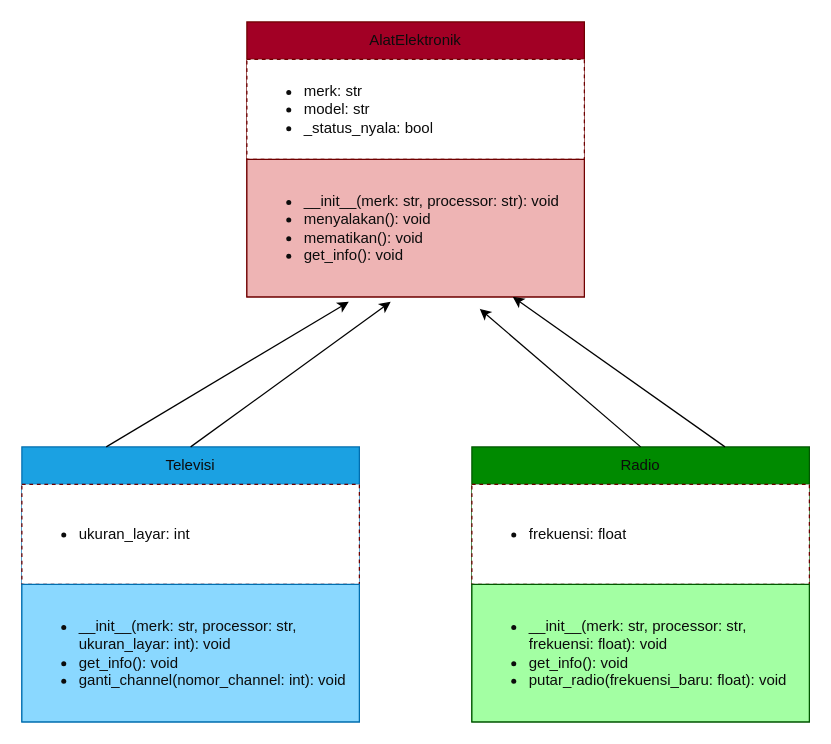
Before: Jobsheet_UTS.drawio in ImNotDanish05/2025_PBO_TI-1A, a draw.io diagram. Source tidied: cells renumbered, new cells numbered last; positions are measured from the earlier drawing's top-left corner, leaving out a move shared by most shapes. Both pictures are drawn from the tidied source at 125%, with x=0, y=0 at pixel (21, 21).
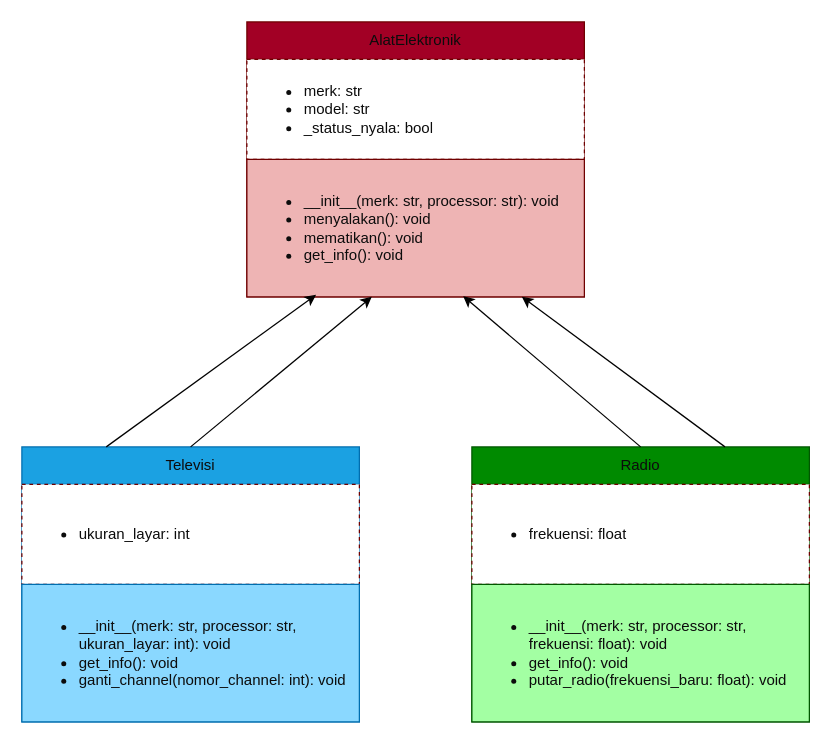
After the change.

The edit, as a diff of the source:
```diff
@@
 <mxGraphModel>
   <root>
     <mxCell id="0" />
     <mxCell id="1" parent="0" />
     <mxCell id="2" value="AlatElektronik" style="swimlane;fontStyle=0;horizontal=1;startSize=30;whiteSpace=wrap;html=1;fillColor=#a20025;fontColor=light-dark(#0C0C0C,#0C0C0C);strokeColor=#6F0000;" parent="1" vertex="1">
       <mxGeometry x="180" width="270" height="220" as="geometry" />
     </mxCell>
     <mxCell id="3" value="&lt;ul&gt;&lt;li&gt;&lt;font style=&quot;&quot;&gt;merk: str&lt;/font&gt;&lt;/li&gt;&lt;li&gt;model: str&lt;/li&gt;&lt;li&gt;_status_nyala: bool&lt;/li&gt;&lt;/ul&gt;" style="text;strokeColor=#6F0000;fillColor=light-dark(#FFFFFF,#FFFFFF);align=left;verticalAlign=middle;spacingLeft=4;spacingRight=4;overflow=hidden;whiteSpace=wrap;html=1;fontColor=light-dark(#0C0C0C,#0C0C0C);fillStyle=auto;dashed=1;gradientColor=none;" parent="2" vertex="1">
       <mxGeometry y="30" width="270" height="80" as="geometry" />
     </mxCell>
     <mxCell id="4" value="&lt;ul&gt;&lt;li&gt;__init__(merk: str, processor: str): void&lt;/li&gt;&lt;li&gt;menyalakan(): void&lt;/li&gt;&lt;li&gt;mematikan(): void&lt;/li&gt;&lt;li&gt;get_info(): void&lt;/li&gt;&lt;/ul&gt;" style="text;strokeColor=#6F0000;fillColor=light-dark(#EEB4B4,#EEB4B4);align=left;verticalAlign=middle;spacingLeft=4;spacingRight=4;overflow=hidden;points=[[0,0.5],[1,0.5]];portConstraint=eastwest;whiteSpace=wrap;html=1;fontColor=light-dark(#0C0C0C,#0C0C0C);" parent="2" vertex="1">
       <mxGeometry y="110" width="270" height="110" as="geometry" />
     </mxCell>
     <mxCell id="5" value="Televisi" style="swimlane;fontStyle=0;horizontal=1;startSize=30;whiteSpace=wrap;html=1;fillColor=#1ba1e2;fontColor=light-dark(#0C0C0C,#0C0C0C);strokeColor=#006EAF;" parent="1" vertex="1">
       <mxGeometry y="340" width="270" height="220" as="geometry" />
     </mxCell>
     <mxCell id="6" value="&lt;ul&gt;&lt;li&gt;ukuran_layar: int&lt;/li&gt;&lt;/ul&gt;" style="text;strokeColor=#6F0000;fillColor=light-dark(#FFFFFF,#FFFFFF);align=left;verticalAlign=middle;spacingLeft=4;spacingRight=4;overflow=hidden;whiteSpace=wrap;html=1;fontColor=light-dark(#0C0C0C,#0C0C0C);fillStyle=auto;dashed=1;gradientColor=none;" parent="5" vertex="1">
       <mxGeometry y="30" width="270" height="80" as="geometry" />
     </mxCell>
     <mxCell id="7" value="&lt;ul&gt;&lt;li&gt;__init__(merk: str, processor: str, ukuran_layar: int): void&lt;/li&gt;&lt;li&gt;get_info(): void&lt;/li&gt;&lt;li&gt;ganti_channel(nomor_channel: int): void&lt;br&gt;&lt;/li&gt;&lt;/ul&gt;" style="text;strokeColor=#006EAF;fillColor=light-dark(#8AD8FF,#8AD8FF);align=left;verticalAlign=middle;spacingLeft=4;spacingRight=4;overflow=hidden;whiteSpace=wrap;html=1;fontColor=light-dark(#0C0C0C,#0C0C0C);" parent="5" vertex="1">
       <mxGeometry y="110" width="270" height="110" as="geometry" />
     </mxCell>
     <mxCell id="8" value="Radio" style="swimlane;fontStyle=0;horizontal=1;startSize=30;whiteSpace=wrap;html=1;fillColor=#008a00;fontColor=light-dark(#0C0C0C,#0C0C0C);strokeColor=#005700;" parent="1" vertex="1">
       <mxGeometry x="360" y="340" width="270" height="220" as="geometry" />
     </mxCell>
     <mxCell id="9" value="&lt;ul&gt;&lt;li&gt;frekuensi: float&lt;/li&gt;&lt;/ul&gt;" style="text;strokeColor=#6F0000;fillColor=light-dark(#FFFFFF,#FFFFFF);align=left;verticalAlign=middle;spacingLeft=4;spacingRight=4;overflow=hidden;whiteSpace=wrap;html=1;fontColor=light-dark(#0C0C0C,#0C0C0C);fillStyle=auto;dashed=1;gradientColor=none;" parent="8" vertex="1">
       <mxGeometry y="30" width="270" height="80" as="geometry" />
     </mxCell>
     <mxCell id="10" value="&lt;ul&gt;&lt;li&gt;__init__(merk: str, processor: str, frekuensi: float): void&lt;/li&gt;&lt;li&gt;get_info(): void&lt;br&gt;&lt;/li&gt;&lt;li&gt;putar_radio(frekuensi_baru: float): void&lt;br&gt;&lt;/li&gt;&lt;/ul&gt;" style="text;strokeColor=#005700;fillColor=light-dark(#A3FFA3,#A3FFA3);align=left;verticalAlign=middle;spacingLeft=4;spacingRight=4;overflow=hidden;whiteSpace=wrap;html=1;fontColor=light-dark(#0C0C0C,#0C0C0C);" parent="8" vertex="1">
       <mxGeometry y="110" width="270" height="110" as="geometry" />
     </mxCell>
-    <mxCell id="11" style="endArrow=classic;html=1;rounded=0;exitX=0.25;exitY=0;exitDx=0;exitDy=0;entryX=0.302;entryY=1.036;entryDx=0;entryDy=0;entryPerimeter=0;fontColor=light-dark(#0C0C0C,#0C0C0C);" parent="1" edge="1" source="5" target="4">
+    <mxCell id="11" style="endArrow=classic;html=1;rounded=0;exitX=0.25;exitY=0;exitDx=0;exitDy=0;entryX=0.205;entryY=0.985;entryDx=0;entryDy=0;entryPerimeter=0;fontColor=light-dark(#0C0C0C,#0C0C0C);" parent="1" edge="1" source="5" target="4">
       <mxGeometry relative="1" as="geometry" />
     </mxCell>
-    <mxCell id="12" style="endArrow=classic;html=1;rounded=0;exitX=0.5;exitY=0;exitDx=0;exitDy=0;entryX=0.426;entryY=1.036;entryDx=0;entryDy=0;entryPerimeter=0;fontColor=light-dark(#0C0C0C,#0C0C0C);" parent="1" edge="1" source="5" target="4">
+    <mxCell id="12" style="endArrow=classic;html=1;rounded=0;exitX=0.5;exitY=0;exitDx=0;exitDy=0;entryX=0.37;entryY=1;entryDx=0;entryDy=0;entryPerimeter=0;fontColor=light-dark(#0C0C0C,#0C0C0C);" parent="1" edge="1" source="5" target="4">
       <mxGeometry relative="1" as="geometry" />
     </mxCell>
-    <mxCell id="13" style="endArrow=classic;html=1;rounded=0;exitX=0.5;exitY=0;exitDx=0;exitDy=0;entryX=0.69;entryY=1.087;entryDx=0;entryDy=0;entryPerimeter=0;fontColor=light-dark(#0C0C0C,#0C0C0C);" parent="1" edge="1" source="8" target="4">
+    <mxCell id="13" style="endArrow=classic;html=1;rounded=0;exitX=0.5;exitY=0;exitDx=0;exitDy=0;entryX=0.641;entryY=0.995;entryDx=0;entryDy=0;entryPerimeter=0;fontColor=light-dark(#0C0C0C,#0C0C0C);" parent="1" edge="1" source="8" target="4">
       <mxGeometry relative="1" as="geometry" />
     </mxCell>
-    <mxCell id="14" style="endArrow=classic;html=1;rounded=0;exitX=0.75;exitY=0;exitDx=0;exitDy=0;fontColor=light-dark(#0C0C0C,#0C0C0C);" parent="1" edge="1" source="8" target="4">
-      <mxGeometry relative="1" as="geometry" />
+    <mxCell id="14" style="endArrow=classic;html=1;rounded=0;exitX=0.75;exitY=0;exitDx=0;exitDy=0;fontColor=light-dark(#0C0C0C,#0C0C0C);" parent="1" edge="1" source="8">
+      <mxGeometry relative="1" as="geometry">
+        <mxPoint x="400" y="220" as="targetPoint" />
+      </mxGeometry>
     </mxCell>
   </root>
 </mxGraphModel>
```
